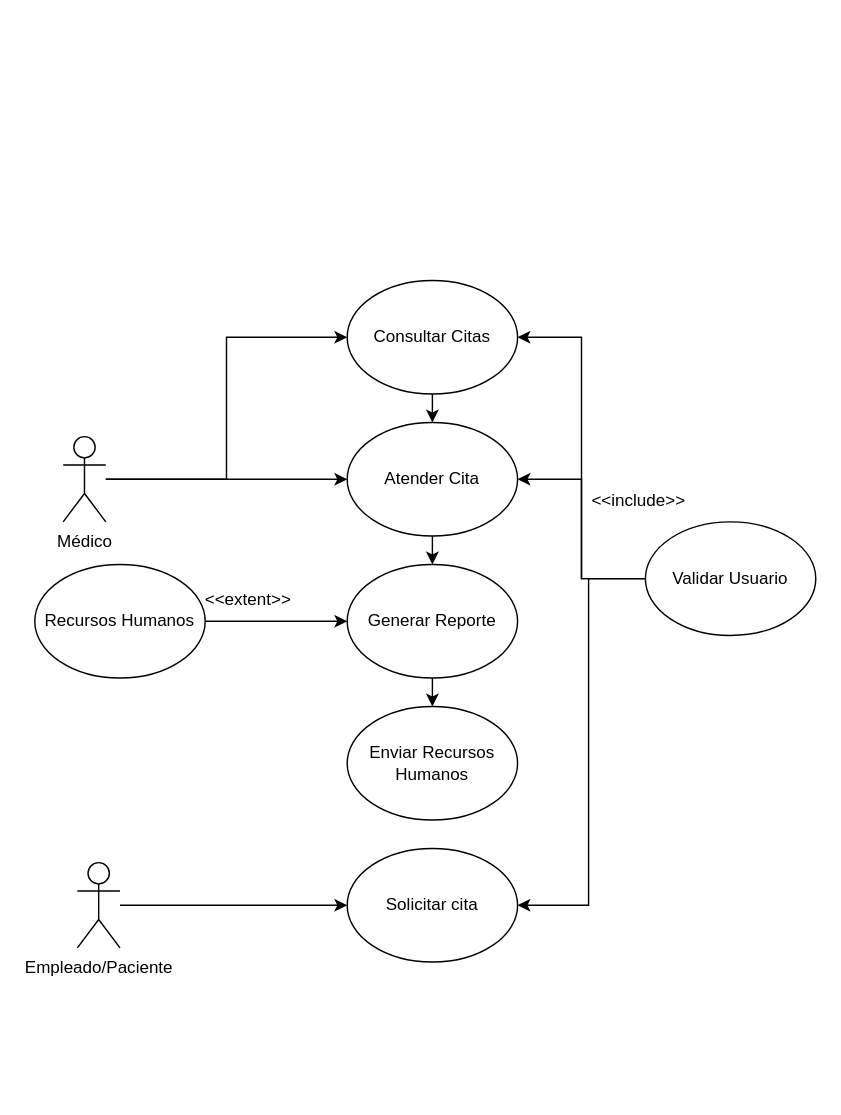
Before: page "CasosUso" (1 of 5) of ProyectoING.Softwarell/CasosdeUso.drawio in ElJason/Draw_Diagramas, a draw.io diagram. Source tidied: cells renumbered, new cells numbered last; positions are measured from the earlier drawing's top-left corner, leaving out a move shared by most shapes. Both pictures are drawn from the tidied source at 142%, with x=0, y=0 at pixel (34, 280).
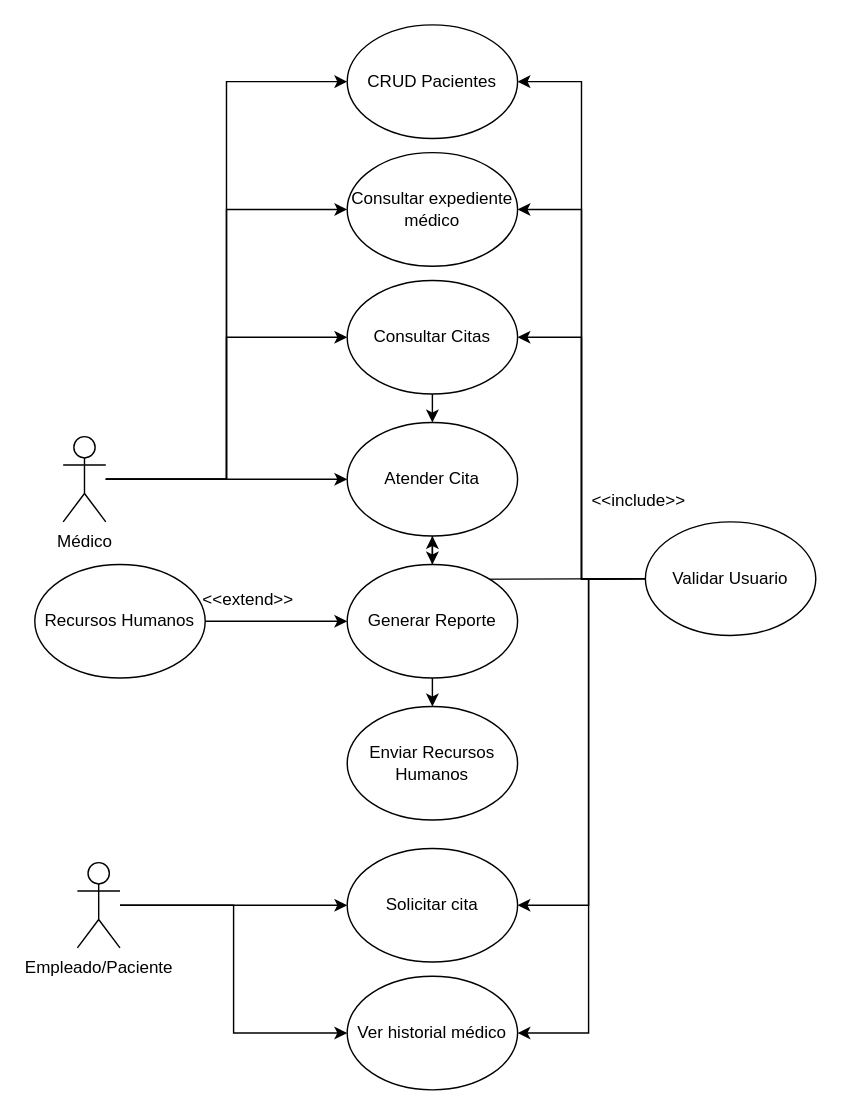
Above is the later version.

The change refers to these unchanged cells:
```xml
<mxCell id="4" value="Médico" style="shape=umlActor;verticalLabelPosition=bottom;verticalAlign=top;html=1;outlineConnect=0;" parent="1" vertex="1">
  <mxGeometry x="20" y="110" width="30" height="60" as="geometry" />
</mxCell>
<mxCell id="5" value="Empleado/Paciente" style="shape=umlActor;verticalLabelPosition=bottom;verticalAlign=top;html=1;outlineConnect=0;" parent="1" vertex="1">
  <mxGeometry x="30" y="410" width="30" height="60" as="geometry" />
</mxCell>
<mxCell id="6" value="Solicitar cita" style="ellipse;whiteSpace=wrap;html=1;" parent="1" vertex="1">
  <mxGeometry x="220" y="400" width="120" height="80" as="geometry" />
</mxCell>
<mxCell id="11" value="Validar Usuario" style="ellipse;whiteSpace=wrap;html=1;" parent="1" vertex="1">
  <mxGeometry x="430" y="170" width="120" height="80" as="geometry" />
</mxCell>
<mxCell id="13" value="Consultar Citas" style="ellipse;whiteSpace=wrap;html=1;" parent="1" vertex="1">
  <mxGeometry x="220" width="120" height="80" as="geometry" />
</mxCell>
<mxCell id="15" value="Atender Cita" style="ellipse;whiteSpace=wrap;html=1;" parent="1" vertex="1">
  <mxGeometry x="220" y="100" width="120" height="80" as="geometry" />
</mxCell>
```

Diff of the diagram source:
```diff
@@
+    <mxCell id="23" style="edgeStyle=orthogonalEdgeStyle;rounded=0;jettySize=auto;html=1;entryX=0;entryY=0.5;entryDx=0;entryDy=0;" parent="1" edge="1" source="4" target="30">
+      <mxGeometry relative="1" as="geometry" />
+    </mxCell>
+    <mxCell id="24" style="edgeStyle=orthogonalEdgeStyle;rounded=0;jettySize=auto;html=1;entryX=0;entryY=0.5;entryDx=0;entryDy=0;" parent="1" edge="1" source="4" target="31">
+      <mxGeometry relative="1" as="geometry" />
+    </mxCell>
@@
+    <mxCell id="25" style="edgeStyle=orthogonalEdgeStyle;rounded=0;jettySize=auto;html=1;entryX=0;entryY=0.5;entryDx=0;entryDy=0;" parent="1" edge="1" source="5" target="29">
+      <mxGeometry relative="1" as="geometry" />
+    </mxCell>
@@
-    <mxCell id="8" style="edgeStyle=orthogonalEdgeStyle;rounded=0;jettySize=auto;html=1;exitX=0;exitY=0.5;exitDx=0;exitDy=0;entryX=1;entryY=0.5;entryDx=0;entryDy=0;" parent="1" edge="1" source="11" target="6">
+    <mxCell id="8" style="edgeStyle=orthogonalEdgeStyle;rounded=0;jettySize=auto;html=1;exitX=0;exitY=0.5;exitDx=0;exitDy=0;entryX=1;entryY=0.5;entryDx=0;entryDy=0;" parent="1" edge="1" target="6">
       <mxGeometry relative="1" as="geometry">
+        <mxPoint x="430" y="210" as="sourcePoint" />
         <Array as="points">
           <mxPoint x="390" y="210" />
           <mxPoint x="390" y="440" />
         </Array>
       </mxGeometry>
     </mxCell>
-    <mxCell id="9" style="edgeStyle=orthogonalEdgeStyle;rounded=0;jettySize=auto;html=1;exitX=0;exitY=0.5;exitDx=0;exitDy=0;entryX=1;entryY=0.5;entryDx=0;entryDy=0;" parent="1" edge="1" source="11" target="13">
-      <mxGeometry relative="1" as="geometry" />
+    <mxCell id="9" style="edgeStyle=orthogonalEdgeStyle;rounded=0;jettySize=auto;html=1;exitX=0;exitY=0.5;exitDx=0;exitDy=0;entryX=1;entryY=0.5;entryDx=0;entryDy=0;" parent="1" edge="1" target="13">
+      <mxGeometry relative="1" as="geometry">
+        <mxPoint x="430" y="210" as="sourcePoint" />
+      </mxGeometry>
     </mxCell>
-    <mxCell id="10" style="edgeStyle=orthogonalEdgeStyle;rounded=0;jettySize=auto;html=1;exitX=0;exitY=0.5;exitDx=0;exitDy=0;" parent="1" edge="1" source="11" target="15">
-      <mxGeometry relative="1" as="geometry" />
+    <mxCell id="10" style="edgeStyle=orthogonalEdgeStyle;rounded=0;jettySize=auto;html=1;exitX=0;exitY=0.5;exitDx=0;exitDy=0;" parent="1" edge="1" target="15">
+      <mxGeometry relative="1" as="geometry">
+        <mxPoint x="430" y="210" as="sourcePoint" />
+      </mxGeometry>
     </mxCell>
+    <mxCell id="26" style="edgeStyle=orthogonalEdgeStyle;rounded=0;jettySize=auto;html=1;entryX=1;entryY=0.5;entryDx=0;entryDy=0;" parent="1" edge="1" target="29">
+      <mxGeometry relative="1" as="geometry">
+        <mxPoint x="430" y="210" as="sourcePoint" />
+        <Array as="points">
+          <mxPoint x="390" y="210" />
+          <mxPoint x="390" y="530" />
+        </Array>
+      </mxGeometry>
+    </mxCell>
+    <mxCell id="27" style="edgeStyle=orthogonalEdgeStyle;rounded=0;jettySize=auto;html=1;entryX=1;entryY=0.5;entryDx=0;entryDy=0;" parent="1" edge="1" target="30">
+      <mxGeometry relative="1" as="geometry">
+        <mxPoint x="430" y="210" as="sourcePoint" />
+      </mxGeometry>
+    </mxCell>
+    <mxCell id="28" style="edgeStyle=orthogonalEdgeStyle;rounded=0;jettySize=auto;html=1;entryX=1;entryY=0.5;entryDx=0;entryDy=0;" parent="1" edge="1" target="31">
+      <mxGeometry relative="1" as="geometry">
+        <mxPoint x="430" y="210" as="sourcePoint" />
+        <Array as="points">
+          <mxPoint x="385" y="210" />
+          <mxPoint x="385" y="-140" />
+        </Array>
+      </mxGeometry>
+    </mxCell>
@@
-    <mxCell id="22" value="&amp;lt;&amp;lt;extent&amp;gt;&amp;gt;" style="text;html=1;align=center;verticalAlign=middle;strokeColor=none;fillColor=none;" parent="1" vertex="1">
-      <mxGeometry x="110" y="210" width="80" height="30" as="geometry" />
+    <mxCell id="22" value="&amp;lt;&amp;lt;extend&amp;gt;&amp;gt;" style="text;html=1;align=center;verticalAlign=middle;strokeColor=none;fillColor=none;" parent="1" vertex="1">
+      <mxGeometry x="105" y="210" width="90" height="30" as="geometry" />
     </mxCell>
+    <mxCell id="29" value="Ver historial médico" style="ellipse;whiteSpace=wrap;html=1;" parent="1" vertex="1">
+      <mxGeometry x="220" y="490" width="120" height="80" as="geometry" />
+    </mxCell>
+    <mxCell id="30" value="Consultar expediente médico" style="ellipse;whiteSpace=wrap;html=1;" parent="1" vertex="1">
+      <mxGeometry x="220" y="-90" width="120" height="80" as="geometry" />
+    </mxCell>
+    <mxCell id="31" value="CRUD Pacientes" style="ellipse;whiteSpace=wrap;html=1;" parent="1" vertex="1">
+      <mxGeometry x="220" y="-180" width="120" height="80" as="geometry" />
+    </mxCell>
```
